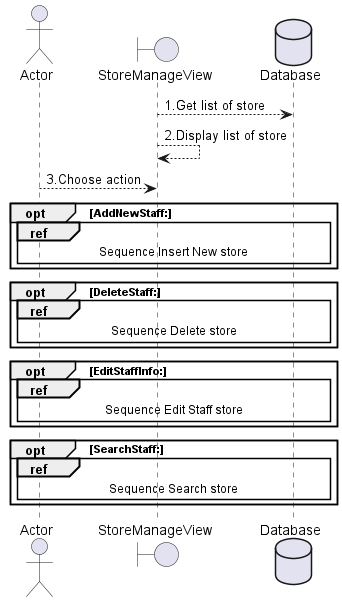
Earlier version of the PlantUML export Lab 1/Lab1.2/Sequence Diagram/export/QL cua hang.png (vanlinh1602/SE357-Pratice-class). The source it was exported from:
```plantuml
@startuml QL cua hang

actor Actor
boundary StoreManageView
database Database

StoreManageView --> Database: 1.Get list of store
StoreManageView --> StoreManageView: 2.Display list of store
Actor --> StoreManageView: 3.Choose action

opt AddNewStaff:
    ref over Actor, StoreManageView, Database: Sequence Insert New store
end

opt DeleteStaff:
    ref over Actor, StoreManageView, Database: Sequence Delete store
end

opt EditStaffInfo:
    ref over Actor, StoreManageView, Database: Sequence Edit Staff store
end

opt SearchStaff:
    ref over Actor, StoreManageView, Database: Sequence Search store
end

@enduml
```
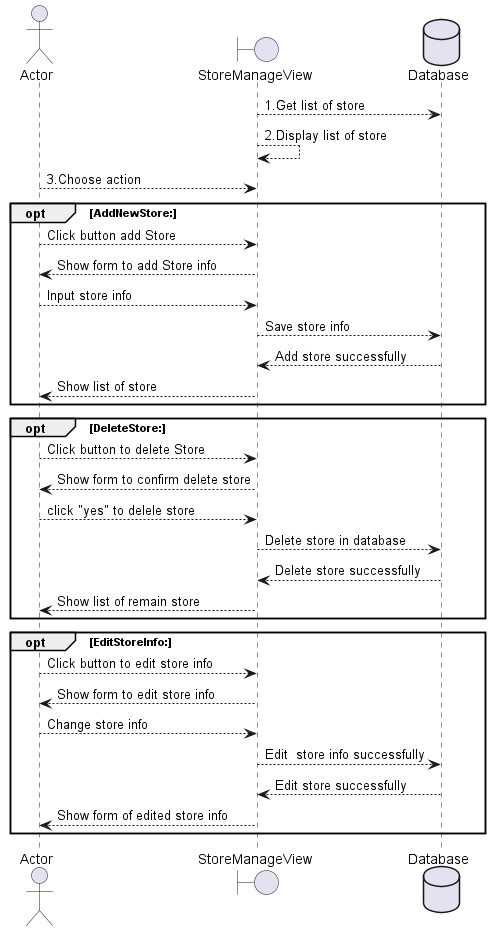
After the commit.

The edit, as a diff of the source:
```diff
@@ -8,20 +8,32 @@
 StoreManageView --> StoreManageView: 2.Display list of store
 Actor --> StoreManageView: 3.Choose action
 
-opt AddNewStaff:
-    ref over Actor, StoreManageView, Database: Sequence Insert New store
+opt AddNewStore:
+Actor --> StoreManageView: Click button add Store
+StoreManageView --> Actor: Show form to add Store info
+Actor --> StoreManageView: Input store info
+StoreManageView --> Database: Save store info
+Database --> StoreManageView: Add store successfully
+StoreManageView --> Actor: Show list of store
 end
 
-opt DeleteStaff:
-    ref over Actor, StoreManageView, Database: Sequence Delete store
+opt DeleteStore:
+Actor --> StoreManageView: Click button to delete Store
+StoreManageView --> Actor: Show form to confirm delete store
+Actor --> StoreManageView: click "yes" to delele store
+StoreManageView --> Database: Delete store in database
+Database --> StoreManageView: Delete store successfully
+StoreManageView --> Actor: Show list of remain store
 end
 
-opt EditStaffInfo:
-    ref over Actor, StoreManageView, Database: Sequence Edit Staff store
+opt EditStoreInfo:
+Actor --> StoreManageView: Click button to edit store info
+StoreManageView --> Actor: Show form to edit store info
+Actor --> StoreManageView: Change store info
+StoreManageView --> Database: Edit  store info successfully
+Database --> StoreManageView: Edit store successfully
+StoreManageView --> Actor: Show form of edited store info
 end
 
-opt SearchStaff:
-    ref over Actor, StoreManageView, Database: Sequence Search store
-end
 
 @enduml
```
